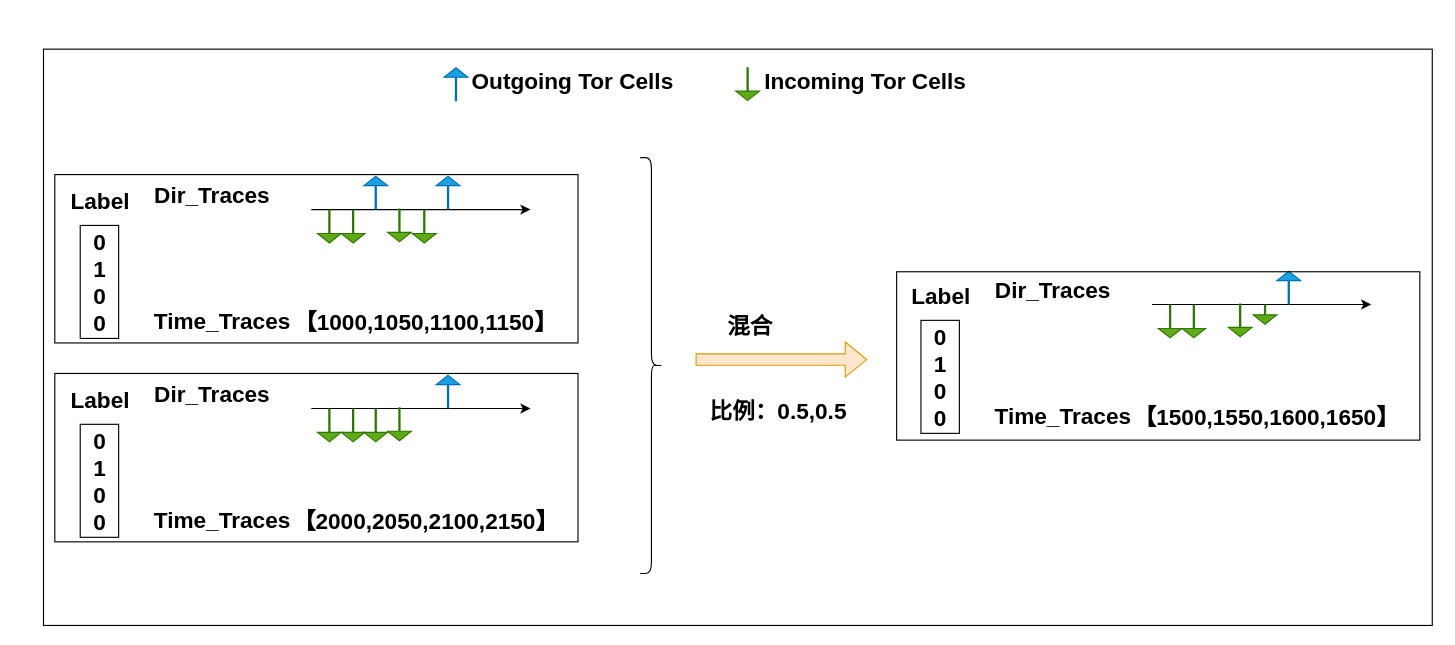
Earlier version of the draw.io diagram 时空数据增强.drawio (lilang0710/ll). Source tidied: cells renumbered, new cells numbered last; positions are measured from the earlier drawing's top-left corner, leaving out a move shared by most shapes. Both pictures are drawn from the tidied source at 113%, with x=0, y=0 at pixel (43, 49).
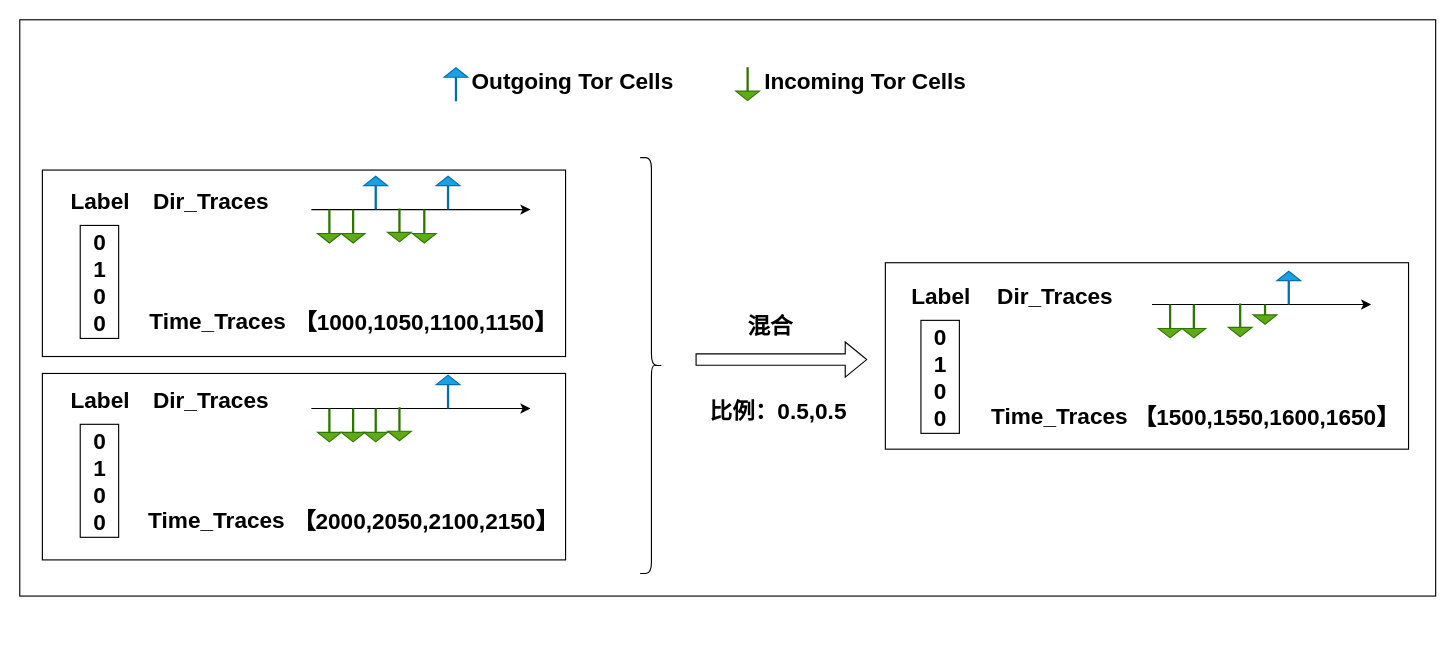
Above is the later version.

Commit message:
更新时空数据增强.drawio

What changed in the source:
```diff
@@
-    <mxCell id="2" style="shape=flexArrow;endArrow=classic;html=1;rounded=0;fillColor=#ffe6cc;strokeColor=#d79b00;" parent="1" edge="1">
+    <mxCell id="2" style="shape=flexArrow;endArrow=classic;html=1;rounded=0;" parent="1" edge="1">
       <mxGeometry relative="1" as="geometry">
         <mxPoint x="577" y="274.7" as="sourcePoint" />
         <mxPoint x="729" y="274.7" as="targetPoint" />
       </mxGeometry>
     </mxCell>
     <mxCell id="3" value="&lt;font size=&quot;1&quot;&gt;&lt;b&gt;&lt;font style=&quot;font-size: 20px;&quot;&gt;混合&lt;/font&gt;&lt;/b&gt;&lt;/font&gt;" style="text;html=1;align=center;verticalAlign=middle;strokeColor=none;fillColor=none;" parent="1" vertex="1">
-      <mxGeometry x="596" y="227" width="58" height="36" as="geometry" />
+      <mxGeometry x="614" y="227" width="58" height="36" as="geometry" />
     </mxCell>
@@
     <mxCell id="11" value="&lt;font size=&quot;1&quot;&gt;&lt;b&gt;&lt;font style=&quot;font-size: 20px;&quot;&gt;Dir_Traces&lt;/font&gt;&lt;/b&gt;&lt;/font&gt;" style="text;html=1;align=center;verticalAlign=middle;strokeColor=none;fillColor=none;" parent="1" vertex="1">
-      <mxGeometry x="89" y="111" width="120" height="36" as="geometry" />
+      <mxGeometry x="88" y="116" width="120" height="36" as="geometry" />
     </mxCell>
@@
     <mxCell id="14" style="rounded=0;whiteSpace=wrap;html=1;fillColor=none;" parent="1" vertex="1">
-      <mxGeometry width="1229" height="510" as="geometry" />
+      <mxGeometry x="-21" y="-26" width="1253" height="510" as="geometry" />
     </mxCell>
@@
     <mxCell id="19" style="rounded=0;whiteSpace=wrap;html=1;fillColor=none;" parent="1" vertex="1">
-      <mxGeometry x="10" y="111" width="463" height="149" as="geometry" />
+      <mxGeometry x="-1" y="107" width="463" height="165" as="geometry" />
     </mxCell>
     <mxCell id="20" value="&lt;font size=&quot;1&quot;&gt;&lt;b&gt;&lt;font style=&quot;font-size: 20px;&quot;&gt;Time_Traces&lt;/font&gt;&lt;/b&gt;&lt;/font&gt;" style="text;html=1;align=center;verticalAlign=middle;strokeColor=none;fillColor=none;" parent="1" vertex="1">
-      <mxGeometry x="88" y="222" width="139" height="36" as="geometry" />
+      <mxGeometry x="84" y="222" width="139" height="36" as="geometry" />
     </mxCell>
@@
     <mxCell id="27" value="&lt;font size=&quot;1&quot;&gt;&lt;b&gt;&lt;font style=&quot;font-size: 20px;&quot;&gt;Dir_Traces&lt;/font&gt;&lt;/b&gt;&lt;/font&gt;" style="text;html=1;align=center;verticalAlign=middle;strokeColor=none;fillColor=none;" parent="1" vertex="1">
-      <mxGeometry x="89" y="287" width="120" height="36" as="geometry" />
+      <mxGeometry x="88" y="292" width="120" height="36" as="geometry" />
     </mxCell>
@@
     <mxCell id="30" value="&lt;font size=&quot;1&quot;&gt;&lt;b&gt;&lt;font style=&quot;font-size: 20px;&quot;&gt;Time_Traces&lt;/font&gt;&lt;/b&gt;&lt;/font&gt;" style="text;html=1;align=center;verticalAlign=middle;strokeColor=none;fillColor=none;" parent="1" vertex="1">
-      <mxGeometry x="88" y="398" width="139" height="36" as="geometry" />
+      <mxGeometry x="83" y="398" width="139" height="36" as="geometry" />
     </mxCell>
@@
     <mxCell id="38" value="&lt;font size=&quot;1&quot;&gt;&lt;b&gt;&lt;font style=&quot;font-size: 20px;&quot;&gt;Dir_Traces&lt;/font&gt;&lt;/b&gt;&lt;/font&gt;" style="text;html=1;align=center;verticalAlign=middle;strokeColor=none;fillColor=none;" parent="1" vertex="1">
-      <mxGeometry x="833" y="195" width="120" height="36" as="geometry" />
+      <mxGeometry x="835" y="200" width="120" height="36" as="geometry" />
     </mxCell>
@@
     <mxCell id="41" value="&lt;font size=&quot;1&quot;&gt;&lt;b&gt;&lt;font style=&quot;font-size: 20px;&quot;&gt;Time_Traces&lt;/font&gt;&lt;/b&gt;&lt;/font&gt;" style="text;html=1;align=center;verticalAlign=middle;strokeColor=none;fillColor=none;" parent="1" vertex="1">
-      <mxGeometry x="832" y="306" width="139" height="36" as="geometry" />
+      <mxGeometry x="829" y="306" width="139" height="36" as="geometry" />
     </mxCell>
@@
-    <mxCell id="45" style="rounded=0;whiteSpace=wrap;html=1;fillColor=none;" parent="1" vertex="1">
-      <mxGeometry x="10" y="287" width="463" height="149" as="geometry" />
-    </mxCell>
-    <mxCell id="46" style="rounded=0;whiteSpace=wrap;html=1;fillColor=none;" parent="1" vertex="1">
-      <mxGeometry x="755" y="197" width="463" height="149" as="geometry" />
-    </mxCell>
@@
+    <mxCell id="48" style="rounded=0;whiteSpace=wrap;html=1;fillColor=none;" parent="1" vertex="1">
+      <mxGeometry x="-1" y="287" width="463" height="165" as="geometry" />
+    </mxCell>
+    <mxCell id="49" style="rounded=0;whiteSpace=wrap;html=1;fillColor=none;" parent="1" vertex="1">
+      <mxGeometry x="745" y="189" width="463" height="165" as="geometry" />
+    </mxCell>
```
